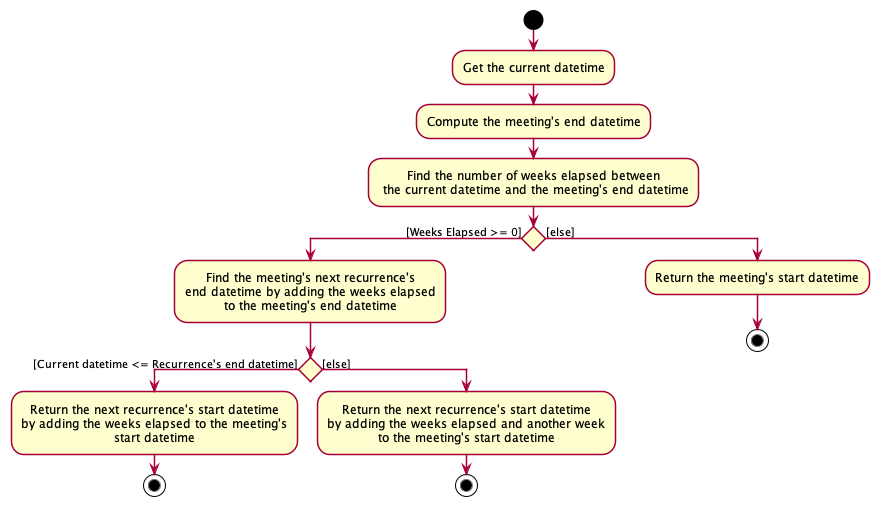
zfs-old-crap/linkytime keeps this PlantUML diagram as docs/images/GetNextRecurrenceActivityDiagram.png. Above is the earlier version.
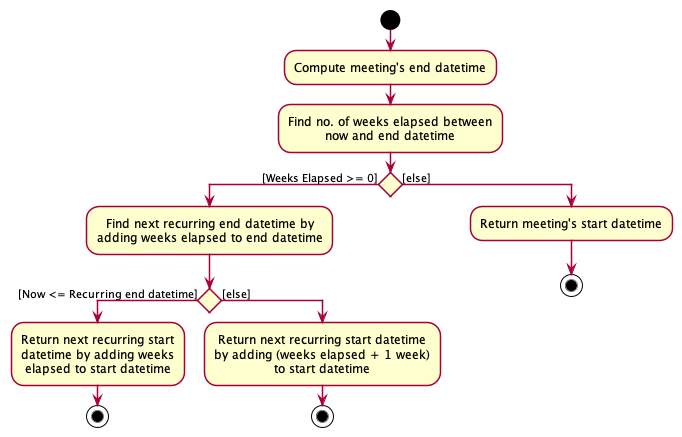
Later version of the same file.

Commit message:
Update recurring meetings DG according to feedback

What changed in the source:
```diff
@@ -1,27 +1,25 @@
 @startuml
 !include ../style.puml
 start
-:Get the current datetime;
-:Compute the meeting's end datetime;
-:Find the number of weeks elapsed between
- the current datetime and the meeting's end datetime;
+:Compute meeting's end datetime;
+:Find no. of weeks elapsed between
+now and end datetime;
 if () then ([Weeks Elapsed >= 0])
-:Find the meeting's next recurrence's
-end datetime by adding the weeks elapsed
-to the meeting's end datetime;
-if () then ([Current datetime <= Recurrence's end datetime])
-:Return the next recurrence's start datetime
-by adding the weeks elapsed to the meeting's
-start datetime;
+:Find next recurring end datetime by
+adding weeks elapsed to end datetime;
+if () then ([Now <= Recurring end datetime])
+:Return next recurring start
+datetime by adding weeks
+elapsed to start datetime;
 stop
 else ([else])
-:Return the next recurrence's start datetime
-by adding the weeks elapsed and another week
-to the meeting's start datetime;
+:Return next recurring start datetime
+by adding (weeks elapsed + 1 week)
+to start datetime;
 stop
 endif
 else ([else])
-:Return the meeting's start datetime;
+:Return meeting's start datetime;
 stop
 endif
 @enduml
```
